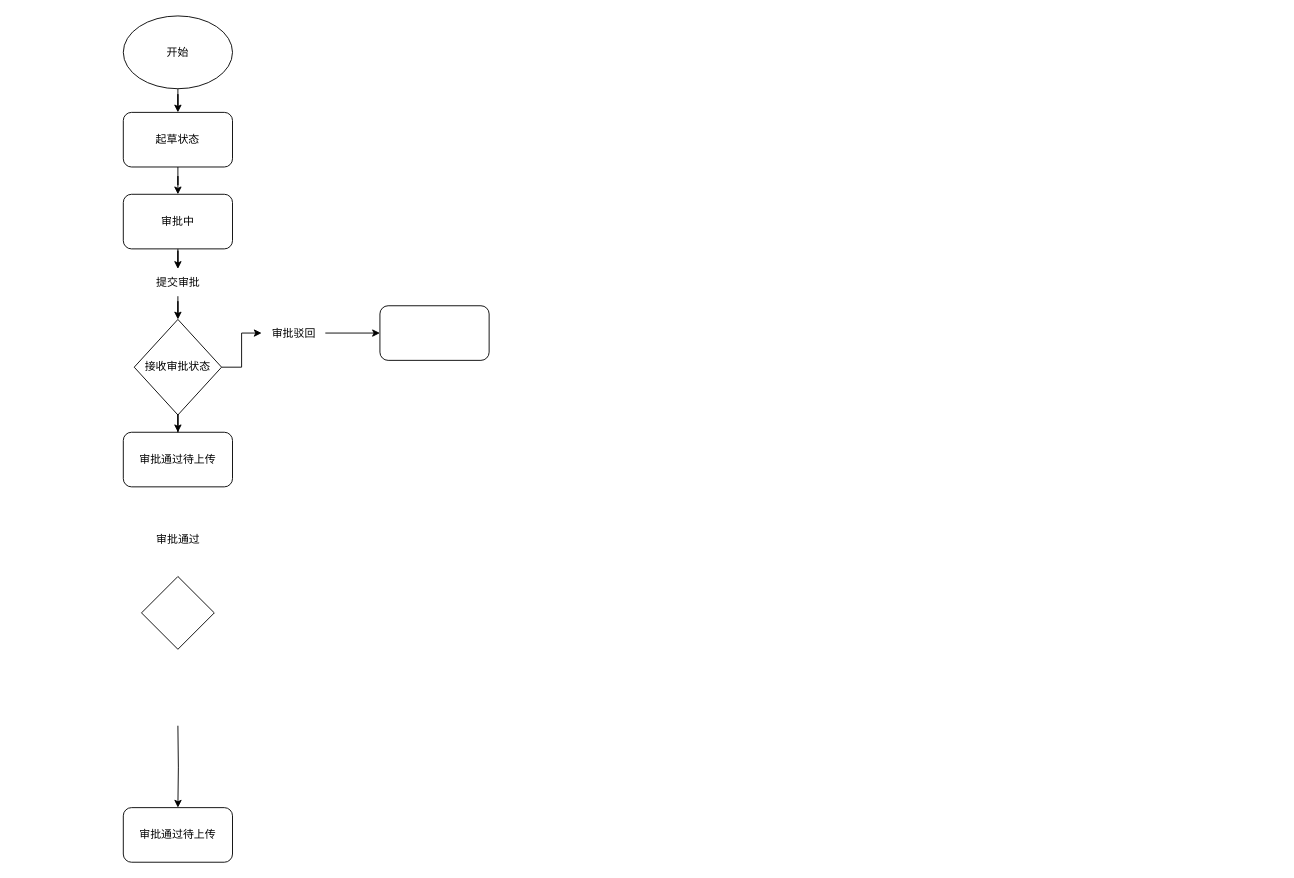
Leo-zwh/publishSystem keeps this draw.io diagram as 未命名绘图.drawio. Above is the earlier version. Source tidied: cells renumbered, new cells numbered last; positions are measured from the earlier drawing's top-left corner, leaving out a move shared by most shapes. Both pictures are drawn from the tidied source at 91%, with x=0, y=0 at pixel (123, 15).
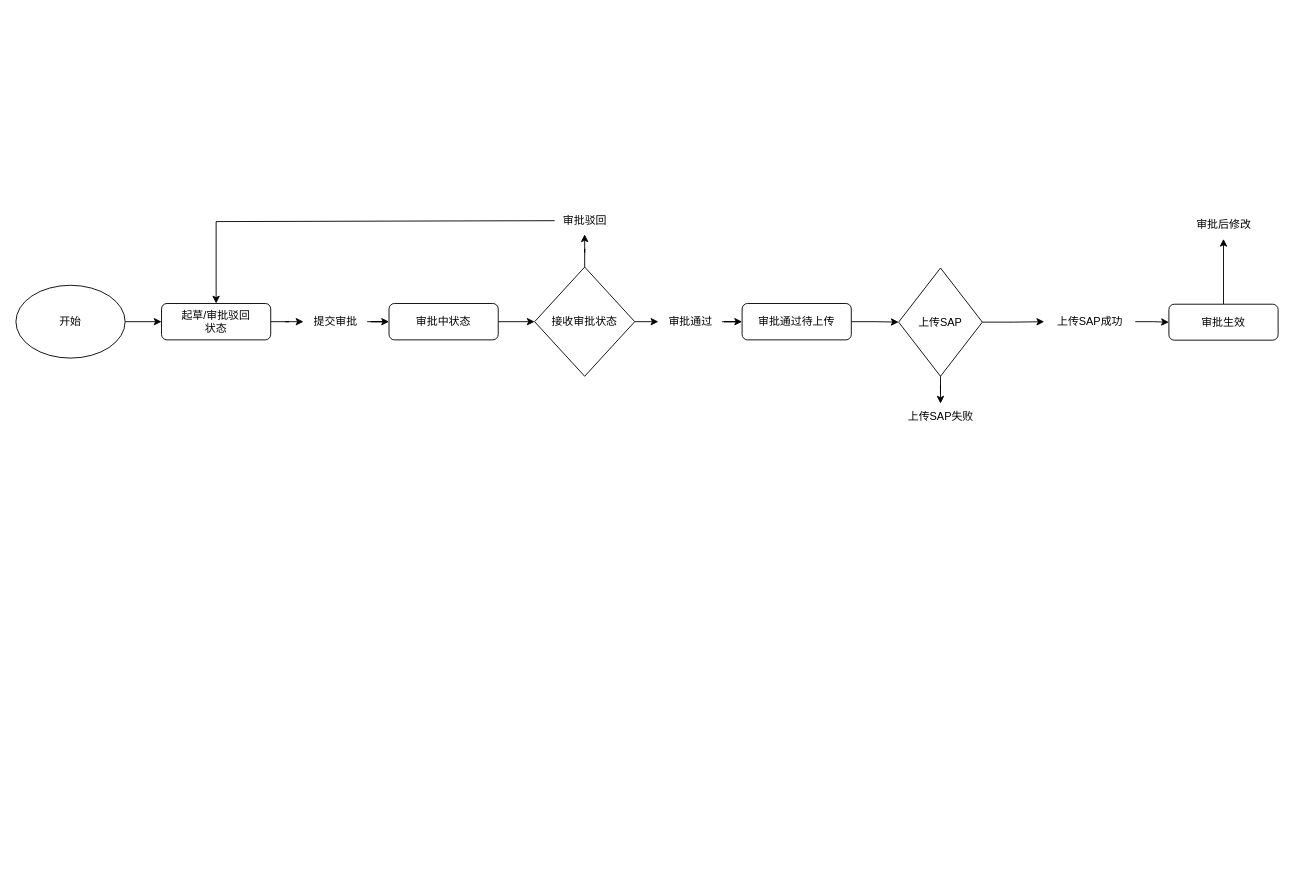
Above is the later version.

Commit message (it also covers changes not shown here):
更新未命名绘图.drawio

What changed in the source:
```diff
@@
     <mxCell id="3" value="开始" style="ellipse;whiteSpace=wrap;html=1;labelBackgroundColor=none;labelBorderColor=none;" parent="1" vertex="1">
-      <mxGeometry width="120" height="80" as="geometry" />
+      <mxGeometry x="-118" y="296" width="120" height="80" as="geometry" />
     </mxCell>
-    <mxCell id="4" style="edgeStyle=orthogonalEdgeStyle;rounded=0;jettySize=auto;html=1;" parent="1" edge="1" source="5" target="7">
-      <mxGeometry relative="1" as="geometry" />
-    </mxCell>
+    <mxCell id="21" style="edgeStyle=orthogonalEdgeStyle;rounded=0;jettySize=auto;html=1;" parent="1" edge="1" source="5" target="20">
+      <mxGeometry relative="1" as="geometry" />
+    </mxCell>
-    <mxCell id="5" value="起草状态" style="rounded=1;whiteSpace=wrap;html=1;" parent="1" vertex="1">
-      <mxGeometry y="106" width="120" height="60" as="geometry" />
+    <mxCell id="5" value="起草/审批驳回&lt;br&gt;状态" style="rounded=1;whiteSpace=wrap;html=1;" parent="1" vertex="1">
+      <mxGeometry x="42" y="316" width="120" height="40" as="geometry" />
     </mxCell>
-    <mxCell id="6" style="edgeStyle=orthogonalEdgeStyle;rounded=0;jettySize=auto;html=1;" parent="1" edge="1" source="20" target="14">
-      <mxGeometry relative="1" as="geometry" />
-    </mxCell>
+    <mxCell id="22" style="edgeStyle=orthogonalEdgeStyle;rounded=0;jettySize=auto;html=1;" parent="1" edge="1" source="7" target="14">
+      <mxGeometry relative="1" as="geometry" />
+    </mxCell>
-    <mxCell id="7" value="审批中" style="rounded=1;whiteSpace=wrap;html=1;" parent="1" vertex="1">
-      <mxGeometry y="196" width="120" height="60" as="geometry" />
+    <mxCell id="7" value="审批中状态" style="rounded=1;whiteSpace=wrap;html=1;" parent="1" vertex="1">
+      <mxGeometry x="292" y="316" width="120" height="40" as="geometry" />
     </mxCell>
+    <mxCell id="23" style="edgeStyle=orthogonalEdgeStyle;rounded=0;jettySize=auto;html=1;" parent="1" edge="1" source="8" target="34">
+      <mxGeometry relative="1" as="geometry" />
+    </mxCell>
-    <mxCell id="8" value="审批通过待上传" style="rounded=1;whiteSpace=wrap;html=1;" parent="1" vertex="1">
-      <mxGeometry y="870" width="120" height="60" as="geometry" />
+    <mxCell id="8" value="审批生效" style="rounded=1;whiteSpace=wrap;html=1;" parent="1" vertex="1">
+      <mxGeometry x="1149" y="316.8" width="120" height="39.5" as="geometry" />
     </mxCell>
+    <mxCell id="24" style="edgeStyle=orthogonalEdgeStyle;rounded=0;jettySize=auto;html=1;" parent="1" edge="1" source="9" target="18">
+      <mxGeometry relative="1" as="geometry" />
+    </mxCell>
     <mxCell id="9" value="审批通过" style="text;html=1;align=center;verticalAlign=middle;points=[];strokeColor=none;fillColor=none;" parent="1" vertex="1">
-      <mxGeometry x="25" y="561" width="70" height="30" as="geometry" />
+      <mxGeometry x="588" y="321" width="70" height="30" as="geometry" />
     </mxCell>
-    <mxCell id="10" style="edgeStyle=orthogonalEdgeStyle;rounded=0;jettySize=auto;html=1;" parent="1" edge="1" source="11" target="15">
-      <mxGeometry relative="1" as="geometry" />
-    </mxCell>
     <mxCell id="11" value="审批驳回" style="text;html=1;align=center;verticalAlign=middle;points=[];strokeColor=none;fillColor=none;" parent="1" vertex="1">
-      <mxGeometry x="152" y="333.5" width="70" height="30" as="geometry" />
+      <mxGeometry x="472" y="210" width="70" height="30" as="geometry" />
     </mxCell>
-    <mxCell id="12" style="edgeStyle=orthogonalEdgeStyle;rounded=0;jettySize=auto;html=1;" parent="1" edge="1" target="8">
-      <mxGeometry relative="1" as="geometry">
-        <mxPoint x="60" y="780" as="sourcePoint" />
-      </mxGeometry>
-    </mxCell>
@@
     <mxCell id="14" value="接收审批状态" style="rhombus;whiteSpace=wrap;html=1;" parent="1" vertex="1">
-      <mxGeometry x="12" y="333.5" width="96" height="105" as="geometry" />
+      <mxGeometry x="452" y="276" width="110" height="120" as="geometry" />
     </mxCell>
-    <mxCell id="15" style="rounded=1;whiteSpace=wrap;html=1;" parent="1" vertex="1">
-      <mxGeometry x="282" y="318.5" width="120" height="60" as="geometry" />
-    </mxCell>
+    <mxCell id="25" style="edgeStyle=orthogonalEdgeStyle;rounded=0;jettySize=auto;html=1;" parent="1" edge="1" source="16" target="30">
+      <mxGeometry relative="1" as="geometry" />
+    </mxCell>
+    <mxCell id="26" style="edgeStyle=orthogonalEdgeStyle;rounded=0;jettySize=auto;html=1;" parent="1" edge="1" source="16" target="31">
+      <mxGeometry relative="1" as="geometry" />
+    </mxCell>
-    <mxCell id="16" style="rhombus;whiteSpace=wrap;html=1;" parent="1" vertex="1">
-      <mxGeometry x="20" y="616" width="80" height="80" as="geometry" />
+    <mxCell id="16" value="上传SAP" style="rhombus;whiteSpace=wrap;html=1;" parent="1" vertex="1">
+      <mxGeometry x="852" y="277" width="92" height="119" as="geometry" />
     </mxCell>
-    <mxCell id="17" style="edgeStyle=orthogonalEdgeStyle;rounded=0;jettySize=auto;html=1;" parent="1" edge="1" source="14" target="18">
-      <mxGeometry relative="1" as="geometry" />
-    </mxCell>
+    <mxCell id="27" style="edgeStyle=orthogonalEdgeStyle;rounded=0;jettySize=auto;html=1;" parent="1" edge="1" source="18" target="16">
+      <mxGeometry relative="1" as="geometry" />
+    </mxCell>
+    <mxCell id="28" style="edgeStyle=orthogonalEdgeStyle;rounded=0;jettySize=auto;html=1;" parent="1" edge="1" source="20" target="7">
+      <mxGeometry relative="1" as="geometry" />
+    </mxCell>
+    <mxCell id="20" value="提交审批" style="text;html=1;align=center;verticalAlign=middle;points=[];strokeColor=none;fillColor=none;" parent="1" vertex="1">
+      <mxGeometry x="198" y="321" width="70" height="30" as="geometry" />
+    </mxCell>
+    <mxCell id="29" style="edgeStyle=orthogonalEdgeStyle;rounded=0;jettySize=auto;html=1;" parent="1" edge="1" source="30" target="8">
+      <mxGeometry relative="1" as="geometry" />
+    </mxCell>
+    <mxCell id="30" value="上传SAP成功" style="text;html=1;align=center;verticalAlign=middle;points=[];strokeColor=none;fillColor=none;" parent="1" vertex="1">
+      <mxGeometry x="1012" y="321" width="100" height="30" as="geometry" />
+    </mxCell>
+    <mxCell id="31" value="上传SAP失败" style="text;html=1;align=center;verticalAlign=middle;points=[];strokeColor=none;fillColor=none;" parent="1" vertex="1">
+      <mxGeometry x="848" y="426" width="100" height="30" as="geometry" />
+    </mxCell>
     <mxCell id="18" value="审批通过待上传" style="rounded=1;whiteSpace=wrap;html=1;" parent="1" vertex="1">
-      <mxGeometry y="457.5" width="120" height="60" as="geometry" />
+      <mxGeometry x="680" y="316" width="120" height="40" as="geometry" />
     </mxCell>
-    <mxCell id="19" style="edgeStyle=orthogonalEdgeStyle;rounded=0;jettySize=auto;html=1;" parent="1" edge="1" source="7" target="20">
-      <mxGeometry relative="1" as="geometry" />
-    </mxCell>
-    <mxCell id="20" value="提交审批" style="text;html=1;align=center;verticalAlign=middle;points=[];strokeColor=none;fillColor=none;" parent="1" vertex="1">
-      <mxGeometry x="25" y="278" width="70" height="30" as="geometry" />
-    </mxCell>
+    <mxCell id="32" style="endArrow=classic;html=1;rounded=0;exitX=1;exitY=0.5;exitDx=0;exitDy=0;" parent="1" edge="1" source="14" target="9">
+      <mxGeometry relative="1" as="geometry" />
+    </mxCell>
+    <mxCell id="33" style="endArrow=classic;html=1;rounded=0;exitX=0.029;exitY=0.5;exitDx=0;exitDy=0;exitPerimeter=0;entryX=0.5;entryY=0;entryDx=0;entryDy=0;" parent="1" edge="1" source="11" target="5">
+      <mxGeometry relative="1" as="geometry">
+        <Array as="points">
+          <mxPoint x="102" y="226" />
+        </Array>
+      </mxGeometry>
+    </mxCell>
+    <mxCell id="34" value="审批后修改" style="text;html=1;align=center;verticalAlign=middle;points=[];strokeColor=none;fillColor=none;" parent="1" vertex="1">
+      <mxGeometry x="1169" y="215" width="80" height="30" as="geometry" />
+    </mxCell>
```
